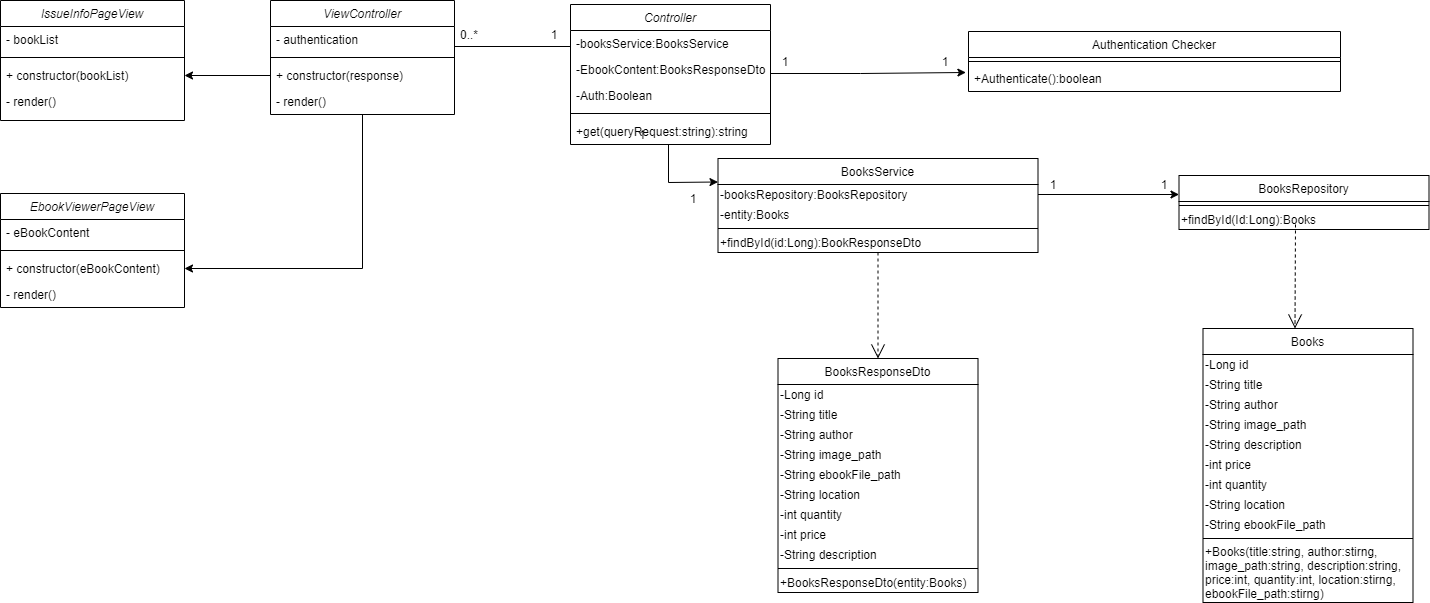
Above: docs/ClassDiagram/diagram_images/CD-UC-11.png in youngkwon02/Enhanced-library-management (draw.io), before the change. Source tidied: cells renumbered, new cells last; positions are measured from the earlier drawing's top-left corner, leaving out a move shared by most shapes.
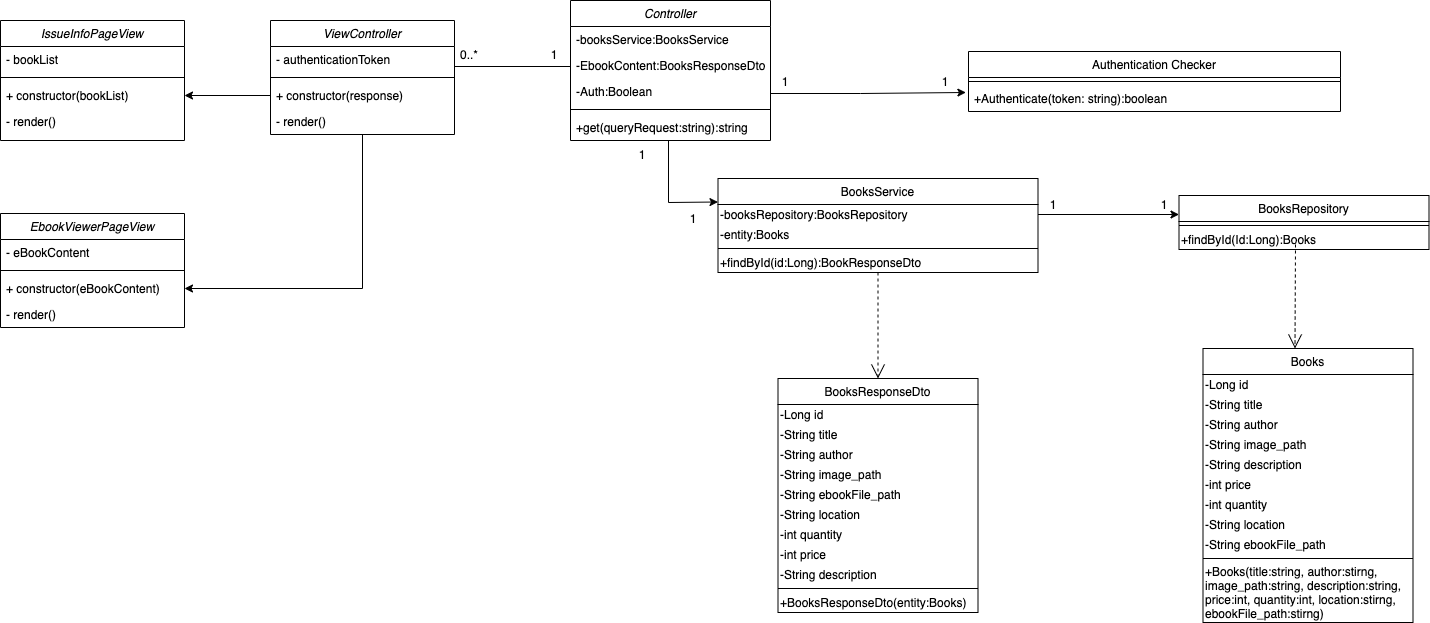
After the commit.

Diff of the diagram source:
```diff
@@ -3,7 +3,7 @@
     <mxCell id="0" />
     <mxCell id="1" parent="0" />
     <mxCell id="2" value="Controller" style="swimlane;fontStyle=2;align=center;verticalAlign=top;horizontal=1;startSize=26;rounded=0;shadow=0;strokeWidth=1;" parent="1" vertex="1">
-      <mxGeometry x="570" y="4" width="200" height="140" as="geometry" />
+      <mxGeometry x="570" y="-20" width="200" height="140" as="geometry" />
     </mxCell>
     <mxCell id="3" value="-booksService:BooksService&#10;" style="text;align=left;verticalAlign=top;spacingLeft=4;spacingRight=4;overflow=hidden;" parent="2" vertex="1">
       <mxGeometry y="26" width="200" height="26" as="geometry" />
@@ -165,7 +165,7 @@
     <mxCell id="50" value="ViewController" style="swimlane;fontStyle=2;align=center;verticalAlign=top;horizontal=1;startSize=26;rounded=0;shadow=0;strokeWidth=1;" parent="1" vertex="1">
       <mxGeometry x="270" width="184" height="114" as="geometry" />
     </mxCell>
-    <mxCell id="51" value="- authentication" style="text;align=left;verticalAlign=top;spacingLeft=4;spacingRight=4;overflow=hidden;" parent="50" vertex="1">
+    <mxCell id="51" value="- authenticationToken" style="text;align=left;verticalAlign=top;spacingLeft=4;spacingRight=4;overflow=hidden;" parent="50" vertex="1">
       <mxGeometry y="26" width="184" height="26" as="geometry" />
     </mxCell>
     <mxCell id="52" style="line;html=1;strokeWidth=1;align=left;verticalAlign=middle;spacingTop=-1;spacingLeft=3;spacingRight=3;labelPosition=right;" parent="50" vertex="1">
@@ -222,7 +222,7 @@
     <mxCell id="69" style="line;html=1;strokeWidth=1;align=left;verticalAlign=middle;spacingTop=-1;spacingLeft=3;spacingRight=3;labelPosition=right;" parent="68" vertex="1">
       <mxGeometry y="26" width="372" height="8" as="geometry" />
     </mxCell>
-    <mxCell id="70" value="+Authenticate():boolean" style="text;align=left;verticalAlign=top;spacingLeft=4;spacingRight=4;overflow=hidden;points=[[0,0.5],[1,0.5]];portConstraint=eastwest;" parent="68" vertex="1">
+    <mxCell id="70" value="+Authenticate(token: string):boolean" style="text;align=left;verticalAlign=top;spacingLeft=4;spacingRight=4;overflow=hidden;points=[[0,0.5],[1,0.5]];portConstraint=eastwest;" parent="68" vertex="1">
       <mxGeometry y="34" width="372" height="26" as="geometry" />
     </mxCell>
     <mxCell id="71" style="endArrow=classic;html=1;rounded=0;entryX=-0.007;entryY=0.269;entryDx=0;entryDy=0;entryPerimeter=0;" parent="1" edge="1" target="70">
```
